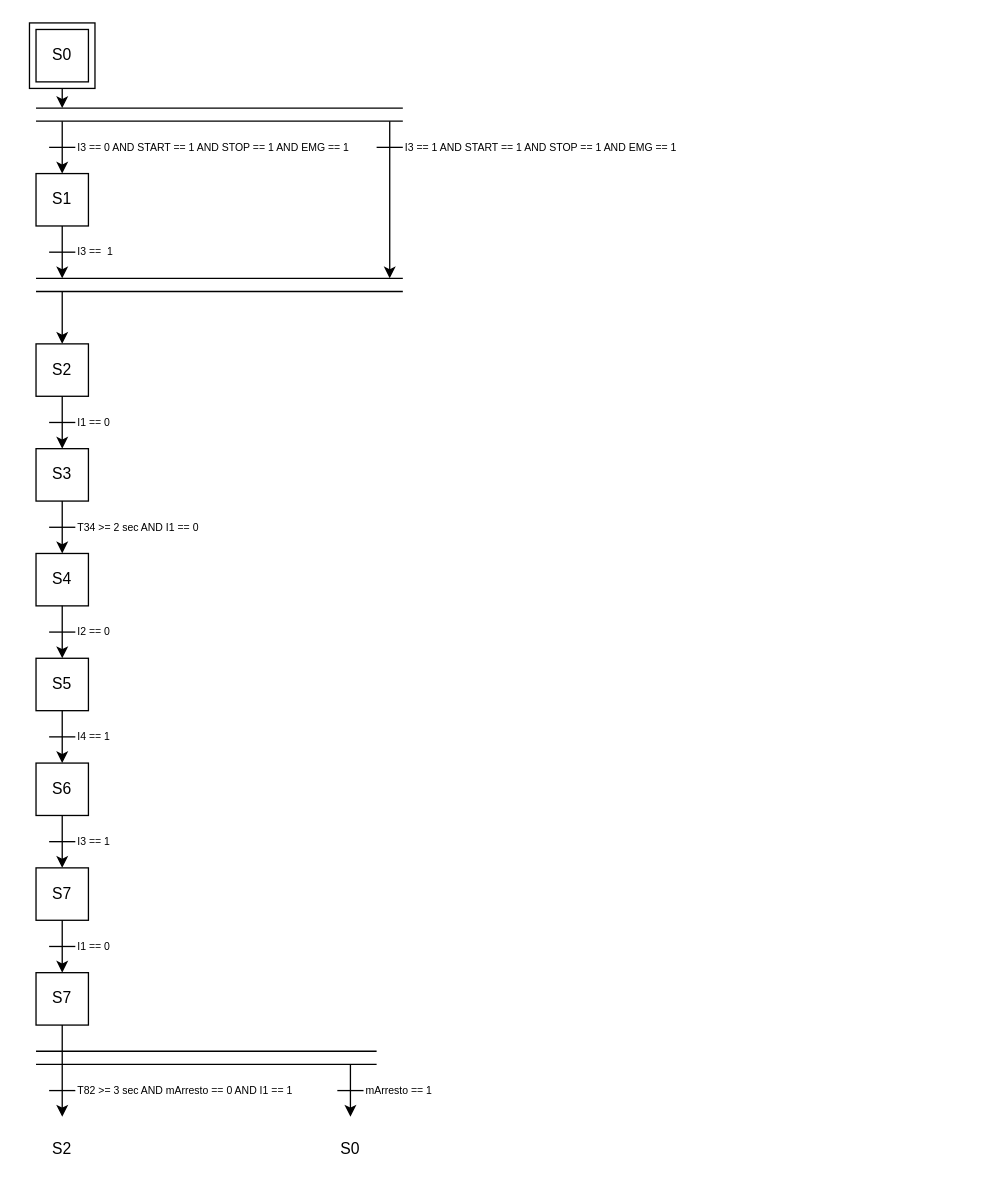
Before: GRAFCET_PUNZONATRICE.drawio in LMascagni/Punzonatrice_2223, a draw.io diagram. Source tidied: cells renumbered, new cells numbered last; positions are measured from the earlier drawing's top-left corner, leaving out a move shared by most shapes. Both pictures are drawn from the tidied source at 131%, with x=0, y=0 at pixel (22, 22).
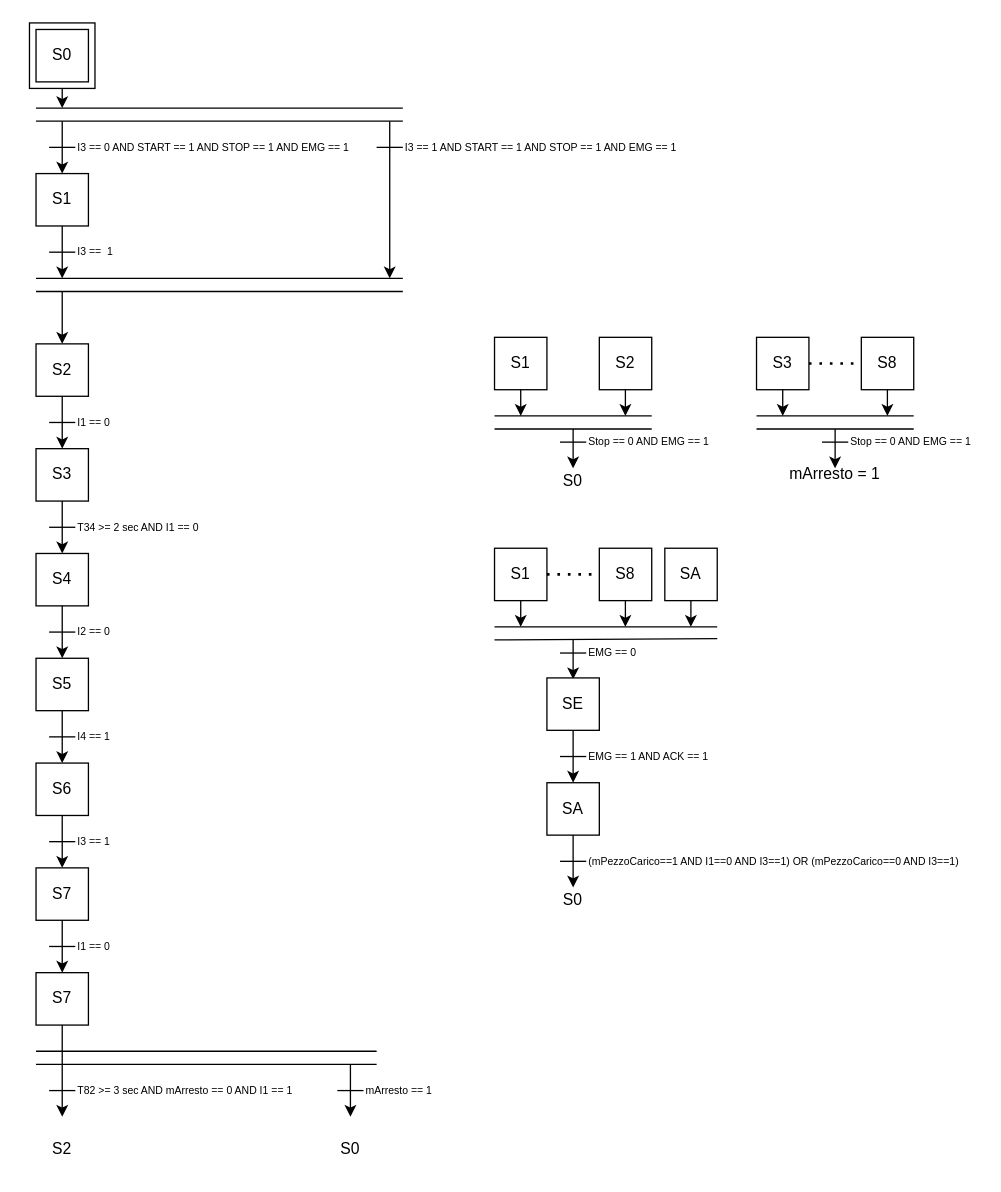
Above is the later version.

Commit message:
Aggiunti diagrammi Grafcet delle fasi di arresto

Diff of the diagram source:
```diff
@@
+    <mxCell id="55" value="S1" style="whiteSpace=wrap;html=1;" parent="1" vertex="1">
+      <mxGeometry x="360" y="240" width="40" height="40" as="geometry" />
+    </mxCell>
+    <mxCell id="56" value="S2" style="whiteSpace=wrap;html=1;" parent="1" vertex="1">
+      <mxGeometry x="440" y="240" width="40" height="40" as="geometry" />
+    </mxCell>
+    <mxCell id="57" style="endArrow=classic;html=1;rounded=0;exitX=0.5;exitY=1;exitDx=0;exitDy=0;" parent="1" edge="1" source="55">
+      <mxGeometry relative="1" as="geometry">
+        <mxPoint x="380" y="300" as="targetPoint" />
+      </mxGeometry>
+    </mxCell>
+    <mxCell id="58" style="endArrow=classic;html=1;rounded=0;exitX=0.5;exitY=1;exitDx=0;exitDy=0;" parent="1" edge="1">
+      <mxGeometry relative="1" as="geometry">
+        <mxPoint x="459.9" y="280" as="sourcePoint" />
+        <mxPoint x="459.9" y="300" as="targetPoint" />
+      </mxGeometry>
+    </mxCell>
+    <mxCell id="59" style="endArrow=none;html=1;rounded=0;" parent="1" edge="1">
+      <mxGeometry relative="1" as="geometry">
+        <mxPoint x="360" y="300" as="sourcePoint" />
+        <mxPoint x="480" y="300" as="targetPoint" />
+      </mxGeometry>
+    </mxCell>
+    <mxCell id="60" style="endArrow=none;html=1;rounded=0;" parent="1" edge="1">
+      <mxGeometry relative="1" as="geometry">
+        <mxPoint x="360" y="310" as="sourcePoint" />
+        <mxPoint x="480" y="310" as="targetPoint" />
+      </mxGeometry>
+    </mxCell>
+    <mxCell id="61" style="endArrow=classic;html=1;rounded=0;" parent="1" edge="1">
+      <mxGeometry relative="1" as="geometry">
+        <mxPoint x="420" y="310" as="sourcePoint" />
+        <mxPoint x="420" y="340" as="targetPoint" />
+      </mxGeometry>
+    </mxCell>
+    <mxCell id="62" style="endArrow=none;html=1;rounded=0;" parent="1" edge="1">
+      <mxGeometry relative="1" as="geometry">
+        <mxPoint x="410" y="320" as="sourcePoint" />
+        <mxPoint x="430" y="320" as="targetPoint" />
+      </mxGeometry>
+    </mxCell>
+    <mxCell id="63" value="Stop == 0 AND EMG == 1" style="text;html=1;strokeColor=none;fillColor=none;align=left;verticalAlign=middle;whiteSpace=wrap;rounded=0;fontSize=8;" parent="1" vertex="1">
+      <mxGeometry x="430" y="310" width="100" height="20" as="geometry" />
+    </mxCell>
+    <mxCell id="64" value="S3" style="whiteSpace=wrap;html=1;" parent="1" vertex="1">
+      <mxGeometry x="560" y="240" width="40" height="40" as="geometry" />
+    </mxCell>
+    <mxCell id="65" value="S8" style="whiteSpace=wrap;html=1;" parent="1" vertex="1">
+      <mxGeometry x="640" y="240" width="40" height="40" as="geometry" />
+    </mxCell>
+    <mxCell id="66" style="endArrow=classic;html=1;rounded=0;exitX=0.5;exitY=1;exitDx=0;exitDy=0;" parent="1" edge="1" source="64">
+      <mxGeometry relative="1" as="geometry">
+        <mxPoint x="580" y="300" as="targetPoint" />
+      </mxGeometry>
+    </mxCell>
+    <mxCell id="67" style="endArrow=classic;html=1;rounded=0;exitX=0.5;exitY=1;exitDx=0;exitDy=0;" parent="1" edge="1">
+      <mxGeometry relative="1" as="geometry">
+        <mxPoint x="659.9" y="280" as="sourcePoint" />
+        <mxPoint x="659.9" y="300" as="targetPoint" />
+      </mxGeometry>
+    </mxCell>
+    <mxCell id="68" style="endArrow=none;html=1;rounded=0;" parent="1" edge="1">
+      <mxGeometry relative="1" as="geometry">
+        <mxPoint x="560" y="300" as="sourcePoint" />
+        <mxPoint x="680" y="300" as="targetPoint" />
+      </mxGeometry>
+    </mxCell>
+    <mxCell id="69" style="endArrow=none;html=1;rounded=0;" parent="1" edge="1">
+      <mxGeometry relative="1" as="geometry">
+        <mxPoint x="560" y="310" as="sourcePoint" />
+        <mxPoint x="680" y="310" as="targetPoint" />
+      </mxGeometry>
+    </mxCell>
+    <mxCell id="70" style="endArrow=classic;html=1;rounded=0;" parent="1" edge="1">
+      <mxGeometry relative="1" as="geometry">
+        <mxPoint x="620" y="310" as="sourcePoint" />
+        <mxPoint x="620" y="340" as="targetPoint" />
+      </mxGeometry>
+    </mxCell>
+    <mxCell id="71" style="endArrow=none;html=1;rounded=0;" parent="1" edge="1">
+      <mxGeometry relative="1" as="geometry">
+        <mxPoint x="610" y="320" as="sourcePoint" />
+        <mxPoint x="630" y="320" as="targetPoint" />
+      </mxGeometry>
+    </mxCell>
+    <mxCell id="72" value="Stop == 0 AND EMG == 1" style="text;html=1;strokeColor=none;fillColor=none;align=left;verticalAlign=middle;whiteSpace=wrap;rounded=0;fontSize=8;" parent="1" vertex="1">
+      <mxGeometry x="630" y="310" width="100" height="20" as="geometry" />
+    </mxCell>
+    <mxCell id="73" style="endArrow=none;dashed=1;html=1;dashPattern=1 3;strokeWidth=2;rounded=0;exitX=1;exitY=0.5;exitDx=0;exitDy=0;entryX=0;entryY=0.5;entryDx=0;entryDy=0;" parent="1" edge="1" source="64" target="65">
+      <mxGeometry relative="1" as="geometry" />
+    </mxCell>
+    <mxCell id="74" value="S0" style="text;html=1;strokeColor=none;fillColor=none;align=center;verticalAlign=middle;whiteSpace=wrap;rounded=0;" parent="1" vertex="1">
+      <mxGeometry x="390" y="335" width="60" height="30" as="geometry" />
+    </mxCell>
+    <mxCell id="75" value="mArresto = 1" style="text;html=1;strokeColor=none;fillColor=none;align=center;verticalAlign=middle;whiteSpace=wrap;rounded=0;" parent="1" vertex="1">
+      <mxGeometry x="580" y="330" width="80" height="30" as="geometry" />
+    </mxCell>
+    <mxCell id="76" value="S1" style="whiteSpace=wrap;html=1;" parent="1" vertex="1">
+      <mxGeometry x="360" y="401" width="40" height="40" as="geometry" />
+    </mxCell>
+    <mxCell id="77" value="S8" style="whiteSpace=wrap;html=1;" parent="1" vertex="1">
+      <mxGeometry x="440" y="401" width="40" height="40" as="geometry" />
+    </mxCell>
+    <mxCell id="78" style="endArrow=classic;html=1;rounded=0;exitX=0.5;exitY=1;exitDx=0;exitDy=0;" parent="1" edge="1" source="76">
+      <mxGeometry relative="1" as="geometry">
+        <mxPoint x="380" y="461" as="targetPoint" />
+      </mxGeometry>
+    </mxCell>
+    <mxCell id="79" style="endArrow=classic;html=1;rounded=0;exitX=0.5;exitY=1;exitDx=0;exitDy=0;" parent="1" edge="1">
+      <mxGeometry relative="1" as="geometry">
+        <mxPoint x="459.9" y="441" as="sourcePoint" />
+        <mxPoint x="459.9" y="461" as="targetPoint" />
+      </mxGeometry>
+    </mxCell>
+    <mxCell id="80" style="endArrow=none;html=1;rounded=0;" parent="1" edge="1">
+      <mxGeometry relative="1" as="geometry">
+        <mxPoint x="360" y="461" as="sourcePoint" />
+        <mxPoint x="530" y="461" as="targetPoint" />
+      </mxGeometry>
+    </mxCell>
+    <mxCell id="81" style="endArrow=none;html=1;rounded=0;" parent="1" edge="1">
+      <mxGeometry relative="1" as="geometry">
+        <mxPoint x="360" y="471" as="sourcePoint" />
+        <mxPoint x="530" y="470" as="targetPoint" />
+      </mxGeometry>
+    </mxCell>
+    <mxCell id="82" style="endArrow=classic;html=1;rounded=0;" parent="1" edge="1">
+      <mxGeometry relative="1" as="geometry">
+        <mxPoint x="420" y="471" as="sourcePoint" />
+        <mxPoint x="420" y="501" as="targetPoint" />
+      </mxGeometry>
+    </mxCell>
+    <mxCell id="83" style="endArrow=none;html=1;rounded=0;" parent="1" edge="1">
+      <mxGeometry relative="1" as="geometry">
+        <mxPoint x="410" y="481" as="sourcePoint" />
+        <mxPoint x="430" y="481" as="targetPoint" />
+      </mxGeometry>
+    </mxCell>
+    <mxCell id="84" value="EMG == 0" style="text;html=1;strokeColor=none;fillColor=none;align=left;verticalAlign=middle;whiteSpace=wrap;rounded=0;fontSize=8;" parent="1" vertex="1">
+      <mxGeometry x="430" y="471" width="100" height="20" as="geometry" />
+    </mxCell>
+    <mxCell id="85" style="endArrow=none;dashed=1;html=1;dashPattern=1 3;strokeWidth=2;rounded=0;exitX=1;exitY=0.5;exitDx=0;exitDy=0;entryX=0;entryY=0.5;entryDx=0;entryDy=0;" parent="1" edge="1" source="76" target="77">
+      <mxGeometry relative="1" as="geometry" />
+    </mxCell>
+    <mxCell id="86" value="SA" style="whiteSpace=wrap;html=1;" parent="1" vertex="1">
+      <mxGeometry x="490" y="401" width="40" height="40" as="geometry" />
+    </mxCell>
+    <mxCell id="87" style="endArrow=classic;html=1;rounded=0;exitX=0.5;exitY=1;exitDx=0;exitDy=0;" parent="1" edge="1">
+      <mxGeometry relative="1" as="geometry">
+        <mxPoint x="509.9" y="441" as="sourcePoint" />
+        <mxPoint x="509.9" y="461" as="targetPoint" />
+      </mxGeometry>
+    </mxCell>
+    <mxCell id="88" value="SE" style="whiteSpace=wrap;html=1;" parent="1" vertex="1">
+      <mxGeometry x="400" y="500" width="40" height="40" as="geometry" />
+    </mxCell>
+    <mxCell id="89" style="endArrow=classic;html=1;rounded=0;" parent="1" edge="1">
+      <mxGeometry relative="1" as="geometry">
+        <mxPoint x="420" y="540" as="sourcePoint" />
+        <mxPoint x="420" y="580" as="targetPoint" />
+        <Array as="points">
+          <mxPoint x="420" y="560" />
+        </Array>
+      </mxGeometry>
+    </mxCell>
+    <mxCell id="90" style="endArrow=none;html=1;rounded=0;" parent="1" edge="1">
+      <mxGeometry relative="1" as="geometry">
+        <mxPoint x="410" y="560" as="sourcePoint" />
+        <mxPoint x="430" y="560" as="targetPoint" />
+      </mxGeometry>
+    </mxCell>
+    <mxCell id="91" value="EMG == 1 AND ACK == 1" style="text;html=1;strokeColor=none;fillColor=none;align=left;verticalAlign=middle;whiteSpace=wrap;rounded=0;fontSize=8;" parent="1" vertex="1">
+      <mxGeometry x="430" y="550" width="100" height="20" as="geometry" />
+    </mxCell>
+    <mxCell id="92" value="SA" style="whiteSpace=wrap;html=1;" parent="1" vertex="1">
+      <mxGeometry x="400" y="580" width="40" height="40" as="geometry" />
+    </mxCell>
+    <mxCell id="93" style="endArrow=classic;html=1;rounded=0;" parent="1" edge="1">
+      <mxGeometry relative="1" as="geometry">
+        <mxPoint x="420" y="620" as="sourcePoint" />
+        <mxPoint x="420" y="660" as="targetPoint" />
+        <Array as="points">
+          <mxPoint x="420" y="640" />
+        </Array>
+      </mxGeometry>
+    </mxCell>
+    <mxCell id="94" style="endArrow=none;html=1;rounded=0;" parent="1" edge="1">
+      <mxGeometry relative="1" as="geometry">
+        <mxPoint x="410" y="640" as="sourcePoint" />
+        <mxPoint x="430" y="640" as="targetPoint" />
+      </mxGeometry>
+    </mxCell>
+    <mxCell id="95" value="(mPezzoCarico==1 AND I1==0 AND I3==1) OR (mPezzoCarico==0 AND I3==1)" style="text;html=1;strokeColor=none;fillColor=none;align=left;verticalAlign=middle;whiteSpace=wrap;rounded=0;fontSize=8;" parent="1" vertex="1">
+      <mxGeometry x="430" y="630" width="300" height="20" as="geometry" />
+    </mxCell>
+    <mxCell id="96" value="S0" style="text;html=1;strokeColor=none;fillColor=none;align=center;verticalAlign=middle;whiteSpace=wrap;rounded=0;" parent="1" vertex="1">
+      <mxGeometry x="390" y="655" width="60" height="30" as="geometry" />
+    </mxCell>
```
